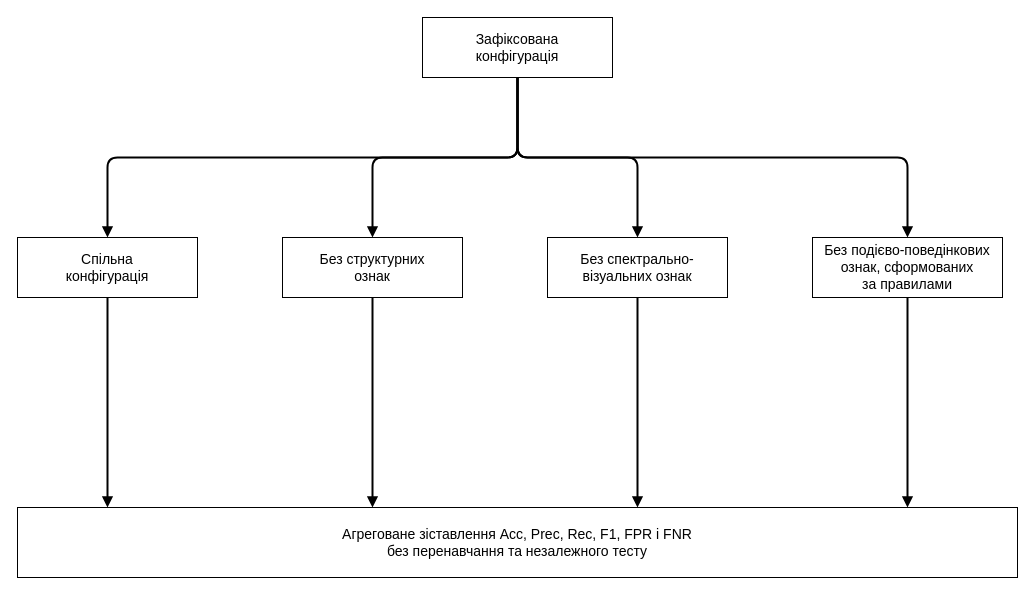
Earlier version of the draw.io diagram title/figures_drawio/fig_4_4_ablation_design.drawio (oleksandrmelnychenko/dima-phd). Source tidied: cells renumbered, new cells numbered last; positions are measured from the earlier drawing's top-left corner, leaving out a move shared by most shapes. Both pictures are drawn from the tidied source at 100%, with x=0, y=0 at pixel (17, 17).
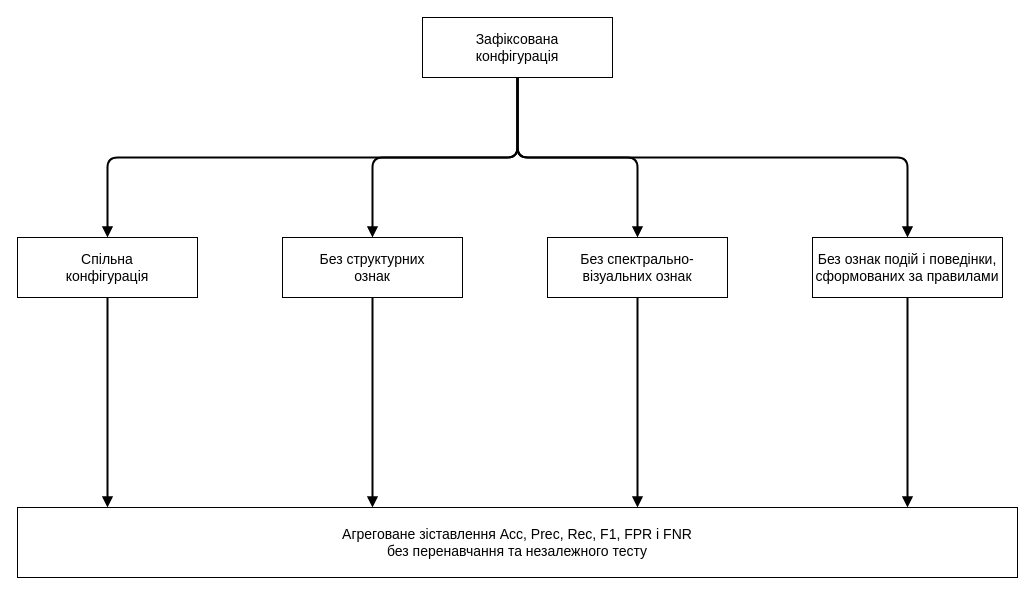
After the change.

What changed in the source:
```diff
@@
-    <mxCell id="6" value="Без подієво-поведінкових&lt;br&gt;ознак, сформованих&lt;br&gt;за правилами" style="rounded=0;whiteSpace=wrap;html=1;fillColor=#ffffff;strokeColor=#000000;fontColor=#000000;fontSize=14;align=center;verticalAlign=middle;" parent="1" vertex="1">
+    <mxCell id="6" value="Без ознак подій і поведінки,&lt;br&gt;сформованих за правилами" style="rounded=0;whiteSpace=wrap;html=1;fillColor=#ffffff;strokeColor=#000000;fontColor=#000000;fontSize=14;align=center;verticalAlign=middle;" parent="1" vertex="1">
       <mxGeometry x="795" y="220" width="190" height="60" as="geometry" />
     </mxCell>
```
